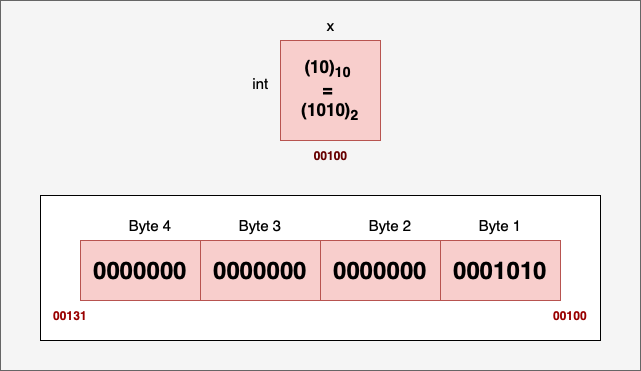
Earlier version of the draw.io export fig/pointers.png (npnquang/c_programming_for_python_programmers). Source tidied: cells renumbered, new cells last; positions are measured from the earlier drawing's top-left corner, leaving out a move shared by most shapes.
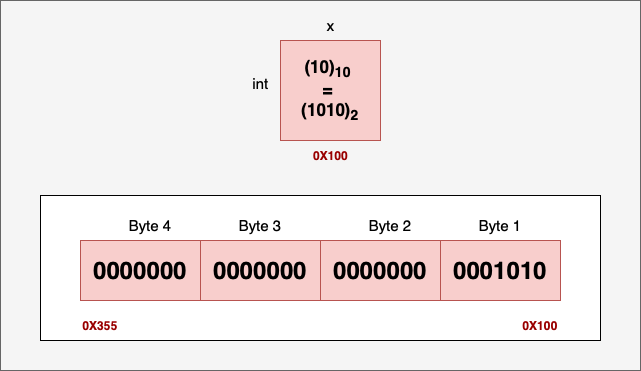
Above is the later version.

The edit, as a diff of the source:
```diff
@@ -20,11 +20,11 @@
     <mxCell id="7" value="&lt;font style=&quot;font-size: 24px;&quot;&gt;0001010&lt;/font&gt;" style="rounded=0;whiteSpace=wrap;html=1;fillColor=#f8cecc;strokeColor=#b85450;fontStyle=1;" parent="1" vertex="1">
       <mxGeometry x="440" y="240" width="120" height="60" as="geometry" />
     </mxCell>
-    <mxCell id="8" value="00131" style="text;html=1;align=center;verticalAlign=middle;whiteSpace=wrap;rounded=0;fontColor=#990000;fontStyle=1;" parent="1" vertex="1">
-      <mxGeometry x="40" y="300" width="60" height="30" as="geometry" />
+    <mxCell id="8" value="0X355" style="text;html=1;align=center;verticalAlign=middle;whiteSpace=wrap;rounded=0;fontColor=#990000;fontStyle=1;" parent="1" vertex="1">
+      <mxGeometry x="70" y="310" width="60" height="30" as="geometry" />
     </mxCell>
-    <mxCell id="9" value="00100" style="text;html=1;align=center;verticalAlign=middle;whiteSpace=wrap;rounded=0;fontColor=#990000;fontStyle=1;" parent="1" vertex="1">
-      <mxGeometry x="540" y="300" width="60" height="30" as="geometry" />
+    <mxCell id="9" value="0X100" style="text;html=1;align=center;verticalAlign=middle;whiteSpace=wrap;rounded=0;fontColor=#990000;fontStyle=1;" parent="1" vertex="1">
+      <mxGeometry x="510" y="310" width="60" height="30" as="geometry" />
     </mxCell>
     <mxCell id="10" value="&lt;font style=&quot;font-size: 15px;&quot;&gt;Byte 1&lt;/font&gt;" style="text;html=1;align=center;verticalAlign=middle;whiteSpace=wrap;rounded=0;" parent="1" vertex="1">
       <mxGeometry x="470" y="210" width="60" height="30" as="geometry" />
@@ -44,7 +44,7 @@
     <mxCell id="15" value="&lt;font style=&quot;font-size: 15px;&quot;&gt;int&lt;/font&gt;" style="text;html=1;align=center;verticalAlign=middle;strokeColor=none;fillColor=none;fontSize=15;" parent="1" vertex="1">
       <mxGeometry x="240" y="68" width="40" height="30" as="geometry" />
     </mxCell>
-    <mxCell id="16" value="00100" style="text;html=1;align=center;verticalAlign=middle;strokeColor=none;fillColor=none;fontColor=#660000;fontStyle=1;" parent="1" vertex="1">
+    <mxCell id="16" value="0X100" style="text;html=1;align=center;verticalAlign=middle;strokeColor=none;fillColor=none;fontColor=#990000;fontStyle=1;" parent="1" vertex="1">
       <mxGeometry x="300" y="140" width="60" height="30" as="geometry" />
     </mxCell>
     <mxCell id="17" value="x" style="text;html=1;align=center;verticalAlign=middle;strokeColor=none;fillColor=none;fontSize=15;" parent="1" vertex="1">
```
